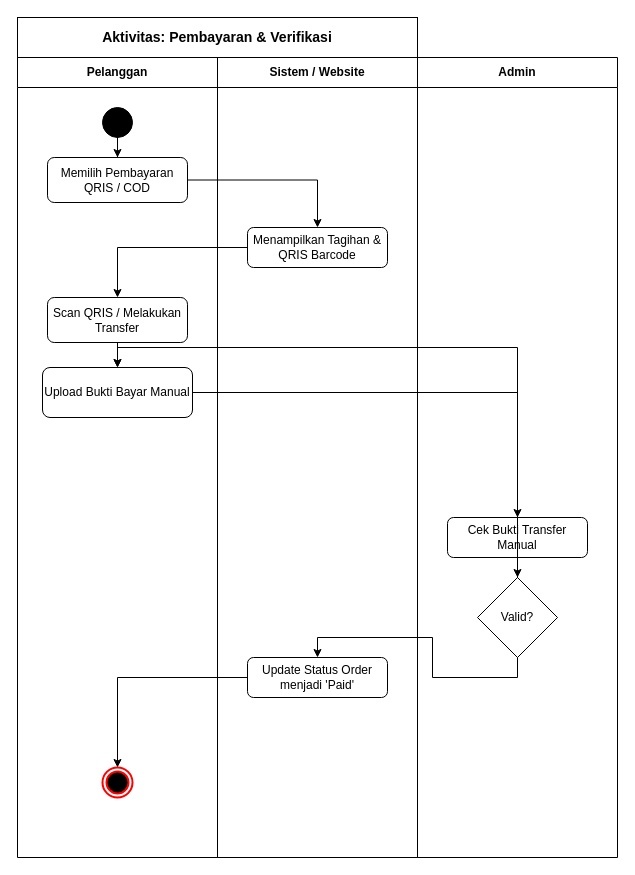
This is page "Activity: Pembayaran" (5 of 7) of diagram-macha/Macha_Diagrams.drawio from FikriBintangx/Macha, a draw.io file, before an edit. Source tidied: cells renumbered, new cells numbered last; positions are measured from the earlier drawing's top-left corner, leaving out a move shared by most shapes. Both pictures are drawn from the tidied source at 100%, with x=0, y=0 at pixel (17, 17).
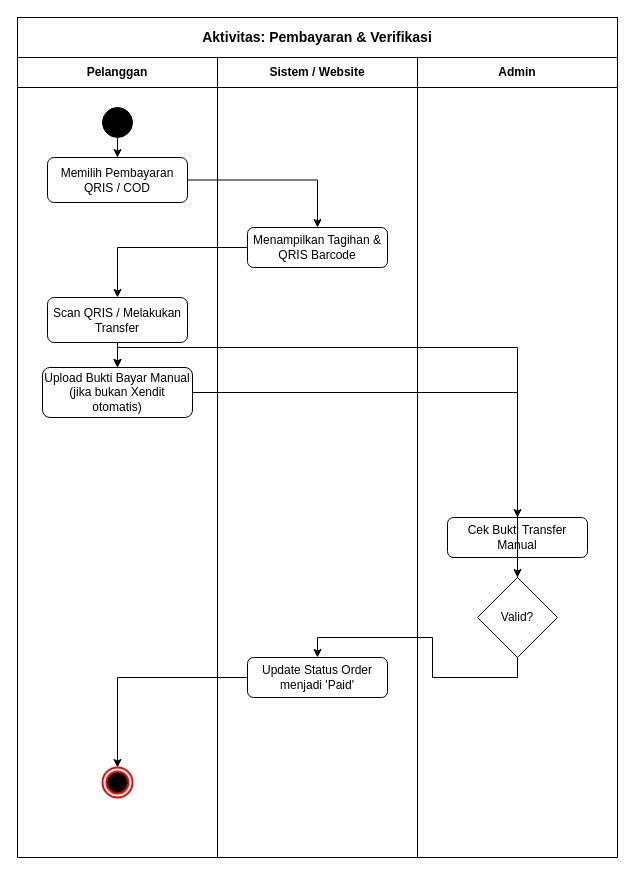
The same page after the edit.

The change refers to these unchanged cells:
```xml
<mxCell id="3" value="Pelanggan" style="swimlane;whiteSpace=wrap;html=1;startSize=30;strokeColor=light-dark(#000000, #ffffff);fillColor=none;fontColor=light-dark(#000000, #ffffff);" parent="1" vertex="1">
  <mxGeometry y="40" width="200" height="800" as="geometry" />
</mxCell>
```

Diff of the diagram source:
```diff
@@
     <mxCell id="2" value="Aktivitas: Pembayaran &amp; Verifikasi" style="rounded=0;whiteSpace=wrap;html=1;fontStyle=1;fontSize=14;align=center;verticalAlign=middle;strokeColor=light-dark(#000000, #ffffff);fillColor=none;fontColor=light-dark(#000000, #ffffff);" parent="1" vertex="1">
-      <mxGeometry width="400" height="40" as="geometry" />
+      <mxGeometry width="600" height="40" as="geometry" />
     </mxCell>
@@
-    <mxCell id="9" value="Upload Bukti Bayar Manual" style="rounded=1;whiteSpace=wrap;html=1;strokeColor=light-dark(#000000, #ffffff);fillColor=none;fontColor=light-dark(#000000, #ffffff);" parent="3" vertex="1">
+    <mxCell id="9" value="Upload Bukti Bayar Manual (jika bukan Xendit otomatis)" style="rounded=1;whiteSpace=wrap;html=1;strokeColor=light-dark(#000000, #ffffff);fillColor=none;fontColor=light-dark(#000000, #ffffff);" parent="3" vertex="1">
       <mxGeometry x="25" y="310" width="150" height="50" as="geometry" />
     </mxCell>
```
